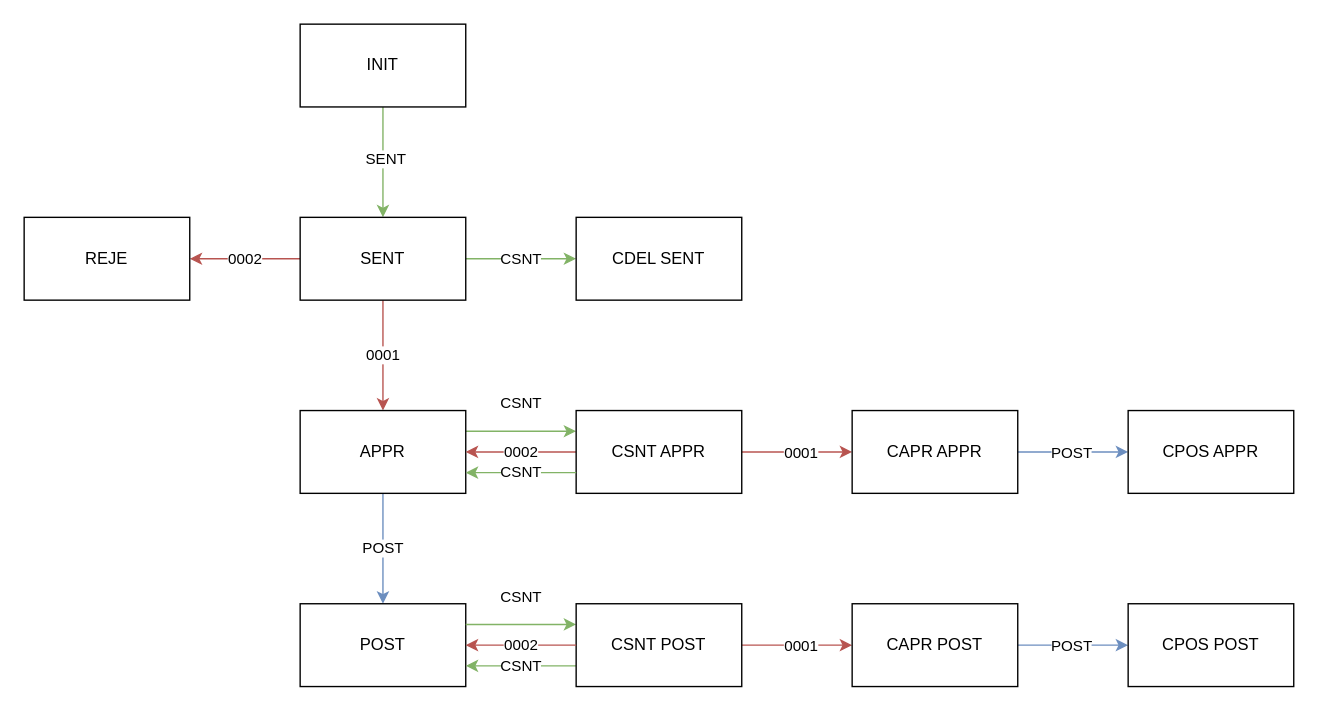
Pomczyk/Testowe keeps this draw.io diagram as Diagram bez tytułu.drawio. Above is the earlier version. Source tidied: cells renumbered, new cells numbered last; positions are measured from the earlier drawing's top-left corner, leaving out a move shared by most shapes. Both pictures are drawn from the tidied source at 138%, with x=0, y=0 at pixel (23, 23).
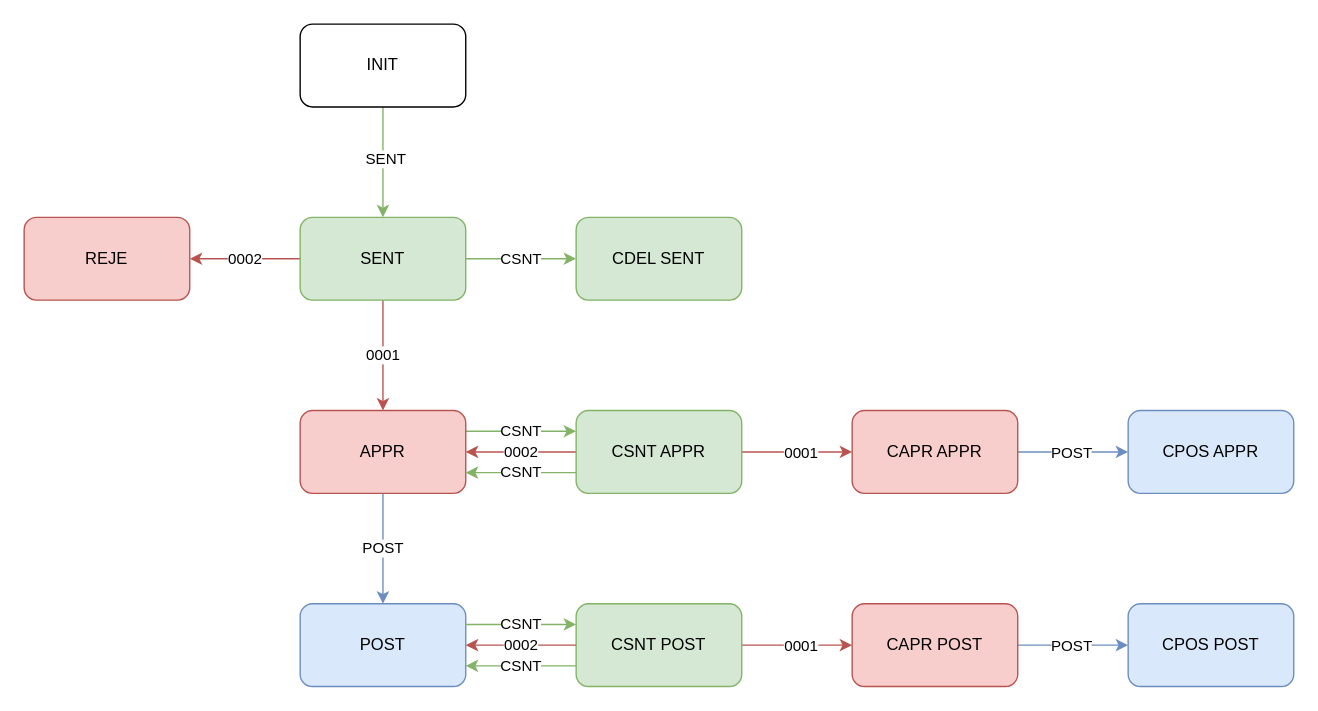
After the change.

What changed in the source:
```diff
@@
-    <mxCell id="2" style="edgeStyle=orthogonalEdgeStyle;rounded=0;jettySize=auto;html=1;fillColor=#d5e8d4;strokeColor=#82b366;" parent="1" edge="1" source="4" target="8">
+    <mxCell id="2" style="edgeStyle=orthogonalEdgeStyle;rounded=1;jettySize=auto;html=1;fillColor=#d5e8d4;strokeColor=#82b366;" parent="1" edge="1" source="4" target="8">
       <mxGeometry relative="1" as="geometry" />
     </mxCell>
-    <mxCell id="3" value="SENT" style="edgeLabel;html=1;align=center;verticalAlign=middle;" parent="2" vertex="1">
+    <mxCell id="3" value="SENT" style="edgeLabel;html=1;align=center;verticalAlign=middle;rounded=1;" parent="2" vertex="1">
       <mxGeometry x="-0.07" y="1" relative="1" as="geometry" />
     </mxCell>
-    <mxCell id="4" value="INIT" style="rounded=0;whiteSpace=wrap;html=1;" parent="1" vertex="1">
+    <mxCell id="4" value="INIT" style="rounded=1;whiteSpace=wrap;html=1;" parent="1" vertex="1">
       <mxGeometry x="200" width="120" height="60" as="geometry" />
     </mxCell>
-    <mxCell id="5" value="CSNT" style="edgeStyle=orthogonalEdgeStyle;rounded=0;jettySize=auto;html=1;fillColor=#d5e8d4;strokeColor=#82b366;" parent="1" edge="1" source="8" target="9">
+    <mxCell id="5" value="CSNT" style="edgeStyle=orthogonalEdgeStyle;rounded=1;jettySize=auto;html=1;fillColor=#d5e8d4;strokeColor=#82b366;" parent="1" edge="1" source="8" target="9">
       <mxGeometry relative="1" as="geometry" />
     </mxCell>
-    <mxCell id="6" value="0001" style="edgeStyle=orthogonalEdgeStyle;rounded=0;jettySize=auto;html=1;fillColor=#f8cecc;strokeColor=#b85450;" parent="1" edge="1" source="8" target="12">
+    <mxCell id="6" value="0001" style="edgeStyle=orthogonalEdgeStyle;rounded=1;jettySize=auto;html=1;fillColor=#f8cecc;strokeColor=#b85450;" parent="1" edge="1" source="8" target="12">
       <mxGeometry relative="1" as="geometry" />
     </mxCell>
-    <mxCell id="7" value="0002" style="edgeStyle=orthogonalEdgeStyle;rounded=0;jettySize=auto;html=1;fillColor=#f8cecc;strokeColor=#b85450;" parent="1" edge="1" source="8" target="33">
+    <mxCell id="7" value="0002" style="edgeStyle=orthogonalEdgeStyle;rounded=1;jettySize=auto;html=1;fillColor=#f8cecc;strokeColor=#b85450;" parent="1" edge="1" source="8" target="33">
       <mxGeometry relative="1" as="geometry" />
     </mxCell>
-    <mxCell id="8" value="SENT" style="rounded=0;whiteSpace=wrap;html=1;" parent="1" vertex="1">
+    <mxCell id="8" value="SENT" style="rounded=1;whiteSpace=wrap;html=1;fillColor=#d5e8d4;strokeColor=#82b366;" parent="1" vertex="1">
       <mxGeometry x="200" y="140" width="120" height="60" as="geometry" />
     </mxCell>
-    <mxCell id="9" value="CDEL SENT" style="rounded=0;whiteSpace=wrap;html=1;" parent="1" vertex="1">
+    <mxCell id="9" value="CDEL SENT" style="rounded=1;whiteSpace=wrap;html=1;fillColor=#d5e8d4;strokeColor=#82b366;" parent="1" vertex="1">
       <mxGeometry x="400" y="140" width="120" height="60" as="geometry" />
     </mxCell>
-    <mxCell id="10" value="CSNT" style="edgeStyle=orthogonalEdgeStyle;rounded=0;jettySize=auto;html=1;entryX=0;entryY=0.25;entryDx=0;entryDy=0;exitX=1;exitY=0.25;exitDx=0;exitDy=0;fillColor=#d5e8d4;strokeColor=#82b366;" parent="1" edge="1" source="12" target="16">
-      <mxGeometry y="20" relative="1" as="geometry" />
+    <mxCell id="10" value="CSNT" style="edgeStyle=orthogonalEdgeStyle;rounded=1;jettySize=auto;html=1;entryX=0;entryY=0.25;entryDx=0;entryDy=0;exitX=1;exitY=0.25;exitDx=0;exitDy=0;fillColor=#d5e8d4;strokeColor=#82b366;" parent="1" edge="1" source="12" target="16">
+      <mxGeometry relative="1" as="geometry" />
     </mxCell>
-    <mxCell id="11" value="POST" style="edgeStyle=orthogonalEdgeStyle;rounded=0;jettySize=auto;html=1;fillColor=#dae8fc;strokeColor=#6c8ebf;" parent="1" edge="1" source="12" target="20">
+    <mxCell id="11" value="POST" style="edgeStyle=orthogonalEdgeStyle;rounded=1;jettySize=auto;html=1;fillColor=#dae8fc;strokeColor=#6c8ebf;" parent="1" edge="1" source="12" target="20">
       <mxGeometry relative="1" as="geometry" />
     </mxCell>
-    <mxCell id="12" value="APPR" style="rounded=0;whiteSpace=wrap;html=1;" parent="1" vertex="1">
+    <mxCell id="12" value="APPR" style="rounded=1;whiteSpace=wrap;html=1;fillColor=#f8cecc;strokeColor=#b85450;" parent="1" vertex="1">
       <mxGeometry x="200" y="280" width="120" height="60" as="geometry" />
     </mxCell>
-    <mxCell id="13" style="edgeStyle=orthogonalEdgeStyle;rounded=0;jettySize=auto;html=1;fillColor=#f8cecc;strokeColor=#b85450;" parent="1" edge="1" source="16" target="19">
+    <mxCell id="13" style="edgeStyle=orthogonalEdgeStyle;rounded=1;jettySize=auto;html=1;fillColor=#f8cecc;strokeColor=#b85450;" parent="1" edge="1" source="16" target="19">
       <mxGeometry relative="1" as="geometry" />
     </mxCell>
-    <mxCell id="14" value="0001" style="edgeLabel;html=1;align=center;verticalAlign=middle;" parent="13" vertex="1">
+    <mxCell id="14" value="0001" style="edgeLabel;html=1;align=center;verticalAlign=middle;rounded=1;" parent="13" vertex="1">
       <mxGeometry x="0.05" relative="1" as="geometry" />
     </mxCell>
-    <mxCell id="15" value="0002" style="edgeStyle=orthogonalEdgeStyle;rounded=0;jettySize=auto;html=1;exitX=0;exitY=0.5;exitDx=0;exitDy=0;entryX=1;entryY=0.5;entryDx=0;entryDy=0;fillColor=#f8cecc;strokeColor=#b85450;" parent="1" edge="1" source="16" target="12">
+    <mxCell id="15" value="0002" style="edgeStyle=orthogonalEdgeStyle;rounded=1;jettySize=auto;html=1;exitX=0;exitY=0.5;exitDx=0;exitDy=0;entryX=1;entryY=0.5;entryDx=0;entryDy=0;fillColor=#f8cecc;strokeColor=#b85450;" parent="1" edge="1" source="16" target="12">
       <mxGeometry relative="1" as="geometry" />
     </mxCell>
-    <mxCell id="16" value="CSNT APPR" style="rounded=0;whiteSpace=wrap;html=1;" parent="1" vertex="1">
+    <mxCell id="16" value="CSNT APPR" style="rounded=1;whiteSpace=wrap;html=1;fillColor=#d5e8d4;strokeColor=#82b366;" parent="1" vertex="1">
       <mxGeometry x="400" y="280" width="120" height="60" as="geometry" />
     </mxCell>
-    <mxCell id="17" style="edgeStyle=orthogonalEdgeStyle;rounded=0;jettySize=auto;html=1;fillColor=#dae8fc;strokeColor=#6c8ebf;" parent="1" edge="1" source="19" target="21">
+    <mxCell id="17" style="edgeStyle=orthogonalEdgeStyle;rounded=1;jettySize=auto;html=1;fillColor=#dae8fc;strokeColor=#6c8ebf;" parent="1" edge="1" source="19" target="21">
       <mxGeometry relative="1" as="geometry" />
     </mxCell>
-    <mxCell id="18" value="POST" style="edgeLabel;html=1;align=center;verticalAlign=middle;" parent="17" vertex="1">
+    <mxCell id="18" value="POST" style="edgeLabel;html=1;align=center;verticalAlign=middle;rounded=1;" parent="17" vertex="1">
       <mxGeometry x="-0.05" relative="1" as="geometry" />
     </mxCell>
-    <mxCell id="19" value="CAPR APPR" style="rounded=0;whiteSpace=wrap;html=1;" parent="1" vertex="1">
+    <mxCell id="19" value="CAPR APPR" style="rounded=1;whiteSpace=wrap;html=1;fillColor=#f8cecc;strokeColor=#b85450;" parent="1" vertex="1">
       <mxGeometry x="600" y="280" width="120" height="60" as="geometry" />
     </mxCell>
-    <mxCell id="20" value="POST" style="rounded=0;whiteSpace=wrap;html=1;" parent="1" vertex="1">
+    <mxCell id="20" value="POST" style="rounded=1;whiteSpace=wrap;html=1;fillColor=#dae8fc;strokeColor=#6c8ebf;" parent="1" vertex="1">
       <mxGeometry x="200" y="420" width="120" height="60" as="geometry" />
     </mxCell>
-    <mxCell id="21" value="CPOS APPR" style="rounded=0;whiteSpace=wrap;html=1;" parent="1" vertex="1">
+    <mxCell id="21" value="CPOS APPR" style="rounded=1;whiteSpace=wrap;html=1;fillColor=#dae8fc;strokeColor=#6c8ebf;" parent="1" vertex="1">
       <mxGeometry x="800" y="280" width="120" height="60" as="geometry" />
     </mxCell>
-    <mxCell id="22" value="CSNT" style="edgeStyle=orthogonalEdgeStyle;rounded=0;jettySize=auto;html=1;entryX=0;entryY=0.25;entryDx=0;entryDy=0;exitX=1;exitY=0.25;exitDx=0;exitDy=0;fillColor=#d5e8d4;strokeColor=#82b366;" parent="1" edge="1" source="20" target="26">
-      <mxGeometry y="20" relative="1" as="geometry" />
+    <mxCell id="22" value="CSNT" style="edgeStyle=orthogonalEdgeStyle;rounded=1;jettySize=auto;html=1;entryX=0;entryY=0.25;entryDx=0;entryDy=0;exitX=1;exitY=0.25;exitDx=0;exitDy=0;fillColor=#d5e8d4;strokeColor=#82b366;" parent="1" edge="1" source="20" target="26">
+      <mxGeometry relative="1" as="geometry" />
     </mxCell>
-    <mxCell id="23" style="edgeStyle=orthogonalEdgeStyle;rounded=0;jettySize=auto;html=1;fillColor=#f8cecc;strokeColor=#b85450;" parent="1" edge="1" source="26" target="29">
+    <mxCell id="23" style="edgeStyle=orthogonalEdgeStyle;rounded=1;jettySize=auto;html=1;fillColor=#f8cecc;strokeColor=#b85450;" parent="1" edge="1" source="26" target="29">
       <mxGeometry relative="1" as="geometry" />
     </mxCell>
-    <mxCell id="24" value="0001" style="edgeLabel;html=1;align=center;verticalAlign=middle;" parent="23" vertex="1">
+    <mxCell id="24" value="0001" style="edgeLabel;html=1;align=center;verticalAlign=middle;rounded=1;" parent="23" vertex="1">
       <mxGeometry x="0.05" relative="1" as="geometry" />
     </mxCell>
-    <mxCell id="25" value="CSNT" style="edgeStyle=orthogonalEdgeStyle;rounded=0;jettySize=auto;html=1;exitX=0;exitY=0.75;exitDx=0;exitDy=0;entryX=1;entryY=0.75;entryDx=0;entryDy=0;fillColor=#d5e8d4;strokeColor=#82b366;" parent="1" edge="1" source="26" target="20">
+    <mxCell id="25" value="CSNT" style="edgeStyle=orthogonalEdgeStyle;rounded=1;jettySize=auto;html=1;exitX=0;exitY=0.75;exitDx=0;exitDy=0;entryX=1;entryY=0.75;entryDx=0;entryDy=0;fillColor=#d5e8d4;strokeColor=#82b366;" parent="1" edge="1" source="26" target="20">
       <mxGeometry relative="1" as="geometry" />
     </mxCell>
-    <mxCell id="26" value="CSNT POST" style="rounded=0;whiteSpace=wrap;html=1;" parent="1" vertex="1">
+    <mxCell id="26" value="CSNT POST" style="rounded=1;whiteSpace=wrap;html=1;fillColor=#d5e8d4;strokeColor=#82b366;" parent="1" vertex="1">
       <mxGeometry x="400" y="420" width="120" height="60" as="geometry" />
     </mxCell>
-    <mxCell id="27" style="edgeStyle=orthogonalEdgeStyle;rounded=0;jettySize=auto;html=1;fillColor=#dae8fc;strokeColor=#6c8ebf;" parent="1" edge="1" source="29" target="30">
+    <mxCell id="27" style="edgeStyle=orthogonalEdgeStyle;rounded=1;jettySize=auto;html=1;fillColor=#dae8fc;strokeColor=#6c8ebf;" parent="1" edge="1" source="29" target="30">
       <mxGeometry relative="1" as="geometry" />
     </mxCell>
-    <mxCell id="28" value="POST" style="edgeLabel;html=1;align=center;verticalAlign=middle;" parent="27" vertex="1">
+    <mxCell id="28" value="POST" style="edgeLabel;html=1;align=center;verticalAlign=middle;rounded=1;" parent="27" vertex="1">
       <mxGeometry x="-0.05" relative="1" as="geometry" />
     </mxCell>
-    <mxCell id="29" value="CAPR POST" style="rounded=0;whiteSpace=wrap;html=1;" parent="1" vertex="1">
+    <mxCell id="29" value="CAPR POST" style="rounded=1;whiteSpace=wrap;html=1;fillColor=#f8cecc;strokeColor=#b85450;" parent="1" vertex="1">
       <mxGeometry x="600" y="420" width="120" height="60" as="geometry" />
     </mxCell>
-    <mxCell id="30" value="CPOS POST" style="rounded=0;whiteSpace=wrap;html=1;" parent="1" vertex="1">
+    <mxCell id="30" value="CPOS POST" style="rounded=1;whiteSpace=wrap;html=1;fillColor=#dae8fc;strokeColor=#6c8ebf;" parent="1" vertex="1">
       <mxGeometry x="800" y="420" width="120" height="60" as="geometry" />
     </mxCell>
-    <mxCell id="31" value="CSNT" style="edgeStyle=orthogonalEdgeStyle;rounded=0;jettySize=auto;html=1;exitX=0;exitY=0.75;exitDx=0;exitDy=0;entryX=1;entryY=0.75;entryDx=0;entryDy=0;fillColor=#d5e8d4;strokeColor=#82b366;" parent="1" edge="1" source="16" target="12">
+    <mxCell id="31" value="CSNT" style="edgeStyle=orthogonalEdgeStyle;rounded=1;jettySize=auto;html=1;exitX=0;exitY=0.75;exitDx=0;exitDy=0;entryX=1;entryY=0.75;entryDx=0;entryDy=0;fillColor=#d5e8d4;strokeColor=#82b366;" parent="1" edge="1" source="16" target="12">
       <mxGeometry relative="1" as="geometry" />
     </mxCell>
-    <mxCell id="32" value="0002" style="edgeStyle=orthogonalEdgeStyle;rounded=0;jettySize=auto;html=1;exitX=0;exitY=0.5;exitDx=0;exitDy=0;entryX=1;entryY=0.5;entryDx=0;entryDy=0;fillColor=#f8cecc;strokeColor=#b85450;" parent="1" edge="1" source="26" target="20">
+    <mxCell id="32" value="0002" style="edgeStyle=orthogonalEdgeStyle;rounded=1;jettySize=auto;html=1;exitX=0;exitY=0.5;exitDx=0;exitDy=0;entryX=1;entryY=0.5;entryDx=0;entryDy=0;fillColor=#f8cecc;strokeColor=#b85450;" parent="1" edge="1" source="26" target="20">
       <mxGeometry relative="1" as="geometry" />
     </mxCell>
-    <mxCell id="33" value="REJE" style="rounded=0;whiteSpace=wrap;html=1;" parent="1" vertex="1">
+    <mxCell id="33" value="REJE" style="rounded=1;whiteSpace=wrap;html=1;fillColor=#f8cecc;strokeColor=#b85450;" parent="1" vertex="1">
       <mxGeometry y="140" width="120" height="60" as="geometry" />
     </mxCell>
```
